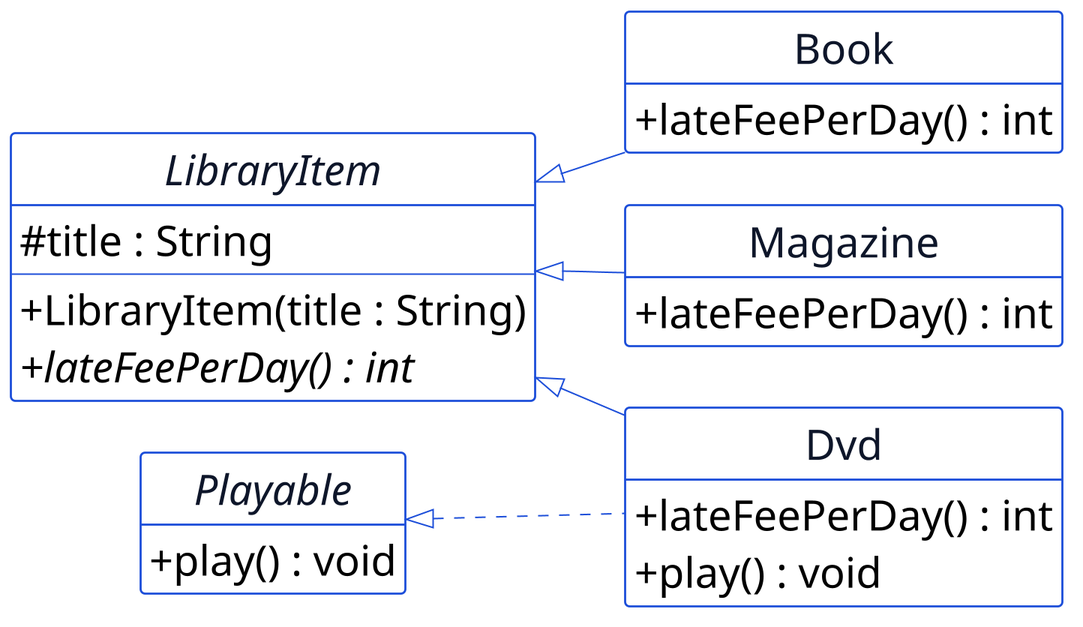
Earlier version of the PlantUML export assets/uml/src/p09-libraryitem-abstract.png (dhanifudin/oop). Source of this version:
```plantuml
@startuml p09-libraryitem-abstract
scale 2
!include _common.iuml
hide circle
hide empty members
left to right direction

abstract class LibraryItem {
  # title : String
  --
  + LibraryItem(title : String)
  + {abstract} lateFeePerDay() : int
}

interface Playable {
  + play() : void
}

class Book {
  + lateFeePerDay() : int
}

class Dvd {
  + lateFeePerDay() : int
  + play() : void
}

class Magazine {
  + lateFeePerDay() : int
}

LibraryItem <|-- Book
LibraryItem <|-- Dvd
LibraryItem <|-- Magazine
Playable <|.. Dvd
@enduml
```
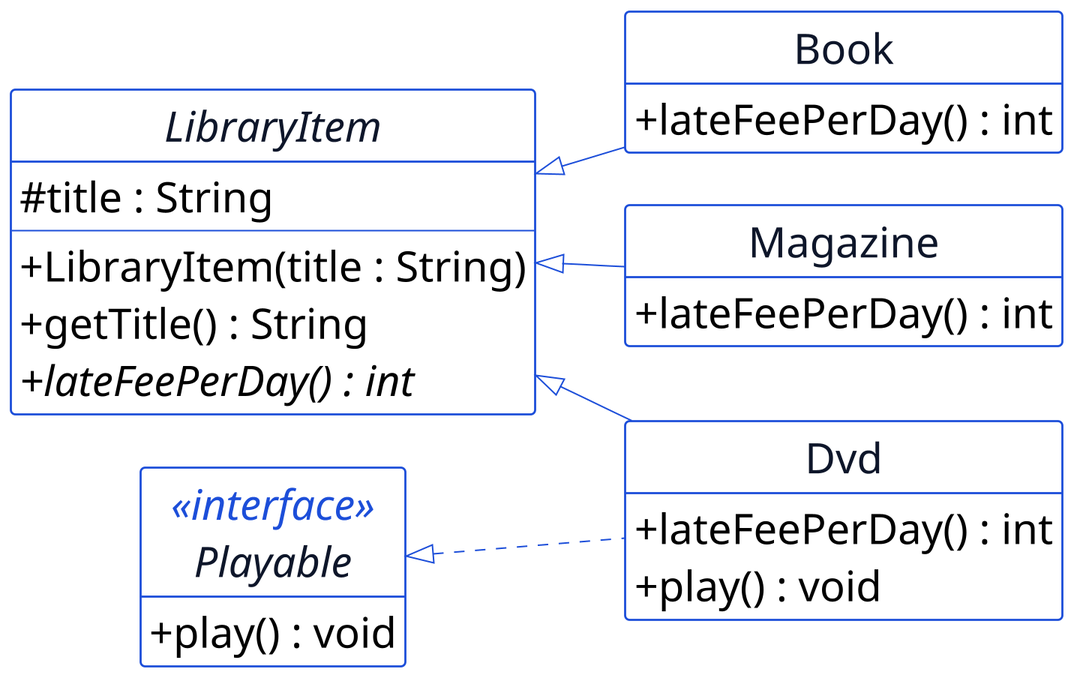
After the change.

The edit, as a diff of the source:
```diff
@@ -9,10 +9,11 @@
   # title : String
   --
   + LibraryItem(title : String)
+  + getTitle() : String
   + {abstract} lateFeePerDay() : int
 }
 
-interface Playable {
+interface Playable <<interface>> {
   + play() : void
 }
 
```
